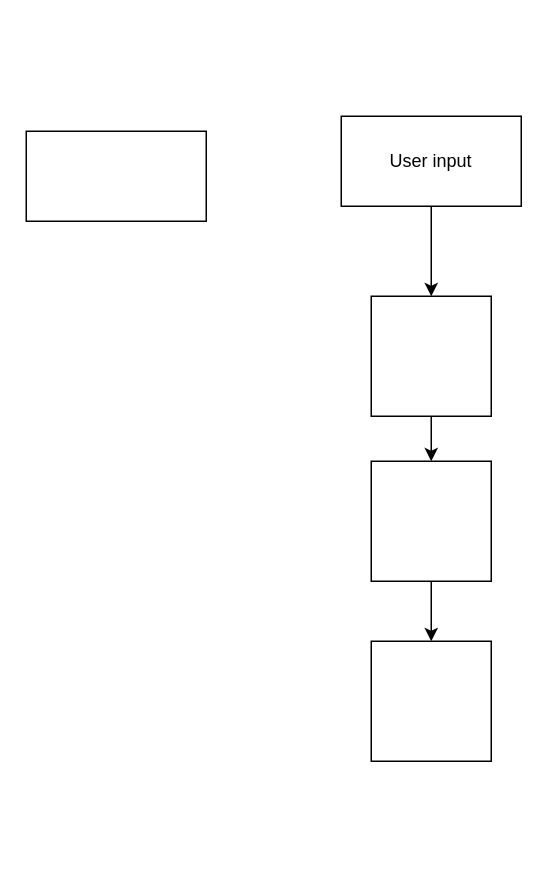
Earlier version of the draw.io diagram Untitled Diagram.drawio (davidlandy05/5th-year). Source tidied: cells renumbered, new cells numbered last; positions are measured from the earlier drawing's top-left corner, leaving out a move shared by most shapes. Both pictures are drawn from the tidied source at 150%, with x=0, y=0 at pixel (26, 116).
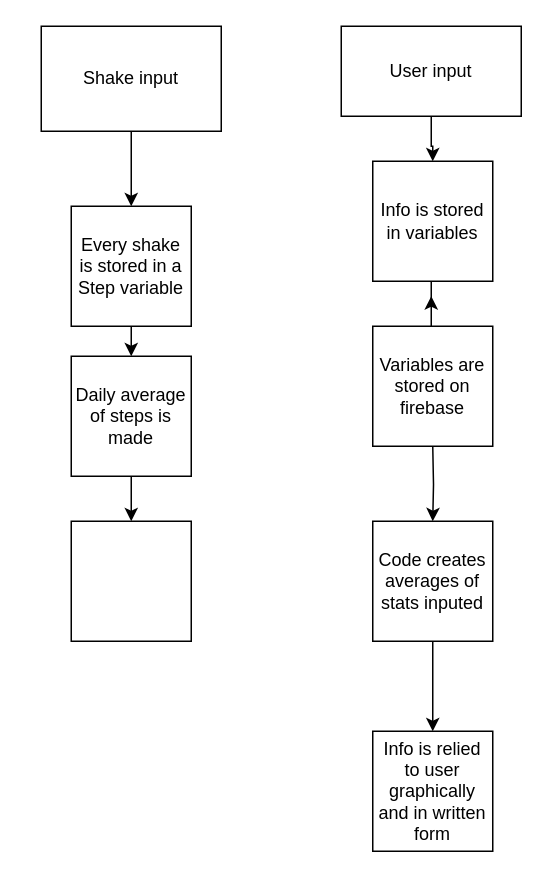
Above is the later version.

The edit, as a diff of the source:
```diff
@@
-    <mxCell id="2" style="edgeStyle=orthogonalEdgeStyle;rounded=0;jettySize=auto;html=1;exitX=0.5;exitY=1;exitDx=0;exitDy=0;entryX=0.5;entryY=0;entryDx=0;entryDy=0;" parent="1" edge="1" source="3" target="8">
-      <mxGeometry relative="1" as="geometry" />
+    <mxCell id="2" style="edgeStyle=orthogonalEdgeStyle;rounded=0;jettySize=auto;html=1;exitX=0.5;exitY=1;exitDx=0;exitDy=0;entryX=0.5;entryY=0;entryDx=0;entryDy=0;" parent="1" edge="1" target="8">
+      <mxGeometry relative="1" as="geometry">
+        <mxPoint x="271" y="220" as="sourcePoint" />
+      </mxGeometry>
     </mxCell>
-    <mxCell id="3" style="whiteSpace=wrap;html=1;" parent="1" vertex="1">
-      <mxGeometry x="230" y="120" width="80" height="80" as="geometry" />
-    </mxCell>
-    <mxCell id="4" style="edgeStyle=orthogonalEdgeStyle;rounded=0;jettySize=auto;html=1;" parent="1" edge="1" source="5">
+    <mxCell id="4" style="edgeStyle=orthogonalEdgeStyle;rounded=0;jettySize=auto;html=1;" parent="1" edge="1" source="12">
       <mxGeometry relative="1" as="geometry">
         <mxPoint x="270" y="120" as="targetPoint" />
+        <Array as="points">
+          <mxPoint x="270" y="140" />
+          <mxPoint x="270" y="140" />
+        </Array>
       </mxGeometry>
     </mxCell>
     <mxCell id="5" value="User input" style="rounded=0;whiteSpace=wrap;html=1;" parent="1" vertex="1">
-      <mxGeometry x="210" width="120" height="60" as="geometry" />
+      <mxGeometry x="210" y="-60" width="120" height="60" as="geometry" />
     </mxCell>
-    <mxCell id="6" style="whiteSpace=wrap;html=1;" parent="1" vertex="1">
-      <mxGeometry x="230" y="350" width="80" height="80" as="geometry" />
+    <mxCell id="6" value="Info is relied to user graphically and in written form" style="whiteSpace=wrap;html=1;" parent="1" vertex="1">
+      <mxGeometry x="231" y="410" width="80" height="80" as="geometry" />
     </mxCell>
@@
-    <mxCell id="8" style="whiteSpace=wrap;html=1;" parent="1" vertex="1">
-      <mxGeometry x="230" y="230" width="80" height="80" as="geometry" />
+    <mxCell id="8" value="Code creates averages of stats inputed" style="whiteSpace=wrap;html=1;" parent="1" vertex="1">
+      <mxGeometry x="231" y="270" width="80" height="80" as="geometry" />
     </mxCell>
+    <mxCell id="10" style="edgeStyle=orthogonalEdgeStyle;rounded=0;jettySize=auto;html=1;entryX=0.5;entryY=0;entryDx=0;entryDy=0;" parent="1" edge="1" source="9" target="15">
+      <mxGeometry relative="1" as="geometry" />
+    </mxCell>
-    <mxCell id="9" style="rounded=0;whiteSpace=wrap;html=1;" parent="1" vertex="1">
-      <mxGeometry y="10" width="120" height="60" as="geometry" />
+    <mxCell id="9" value="Shake input" style="rounded=0;whiteSpace=wrap;html=1;direction=west;" parent="1" vertex="1">
+      <mxGeometry x="10" y="-60" width="120" height="70" as="geometry" />
     </mxCell>
+    <mxCell id="11" style="edgeStyle=orthogonalEdgeStyle;rounded=0;jettySize=auto;html=1;" parent="1" edge="1" source="5" target="12">
+      <mxGeometry relative="1" as="geometry" />
+    </mxCell>
+    <mxCell id="12" value="Info is stored in variables" style="whiteSpace=wrap;html=1;" parent="1" vertex="1">
+      <mxGeometry x="231" y="30" width="80" height="80" as="geometry" />
+    </mxCell>
+    <mxCell id="13" value="Variables are stored on firebase" style="whiteSpace=wrap;html=1;" parent="1" vertex="1">
+      <mxGeometry x="231" y="140" width="80" height="80" as="geometry" />
+    </mxCell>
+    <mxCell id="14" style="edgeStyle=orthogonalEdgeStyle;rounded=0;jettySize=auto;html=1;exitX=0.5;exitY=1;exitDx=0;exitDy=0;entryX=0.5;entryY=0;entryDx=0;entryDy=0;" parent="1" edge="1" source="15">
+      <mxGeometry relative="1" as="geometry">
+        <mxPoint x="70" y="160" as="targetPoint" />
+      </mxGeometry>
+    </mxCell>
+    <mxCell id="15" value="Every shake is stored in a Step variable" style="whiteSpace=wrap;html=1;" parent="1" vertex="1">
+      <mxGeometry x="30" y="60" width="80" height="80" as="geometry" />
+    </mxCell>
+    <mxCell id="16" style="edgeStyle=orthogonalEdgeStyle;rounded=0;jettySize=auto;html=1;exitX=0.5;exitY=1;exitDx=0;exitDy=0;entryX=0.5;entryY=0;entryDx=0;entryDy=0;" parent="1" edge="1" source="17" target="18">
+      <mxGeometry relative="1" as="geometry" />
+    </mxCell>
+    <mxCell id="17" value="Daily average of steps is made" style="whiteSpace=wrap;html=1;" parent="1" vertex="1">
+      <mxGeometry x="30" y="160" width="80" height="80" as="geometry" />
+    </mxCell>
+    <mxCell id="18" style="whiteSpace=wrap;html=1;" parent="1" vertex="1">
+      <mxGeometry x="30" y="270" width="80" height="80" as="geometry" />
+    </mxCell>
```
